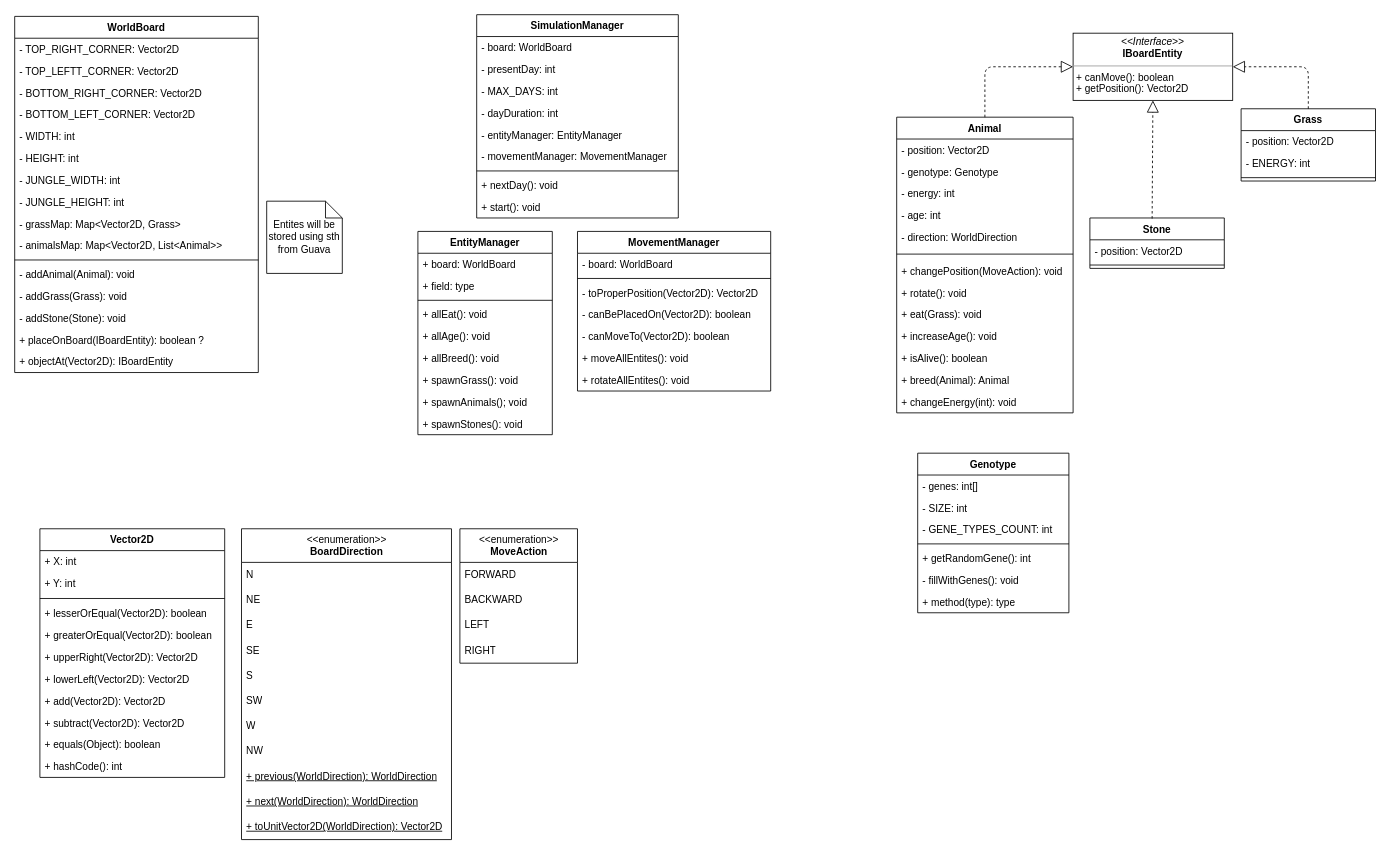
Earlier version of the draw.io diagram Evolutionary Generator Remastered - class scheme.drawio (jakubsolecki/Evolutionary-Generator-Remastered). Source tidied: cells renumbered, new cells numbered last; positions are measured from the earlier drawing's top-left corner, leaving out a move shared by most shapes. Both pictures are drawn from the tidied source at 84%, with x=0, y=0 at pixel (14, 14).
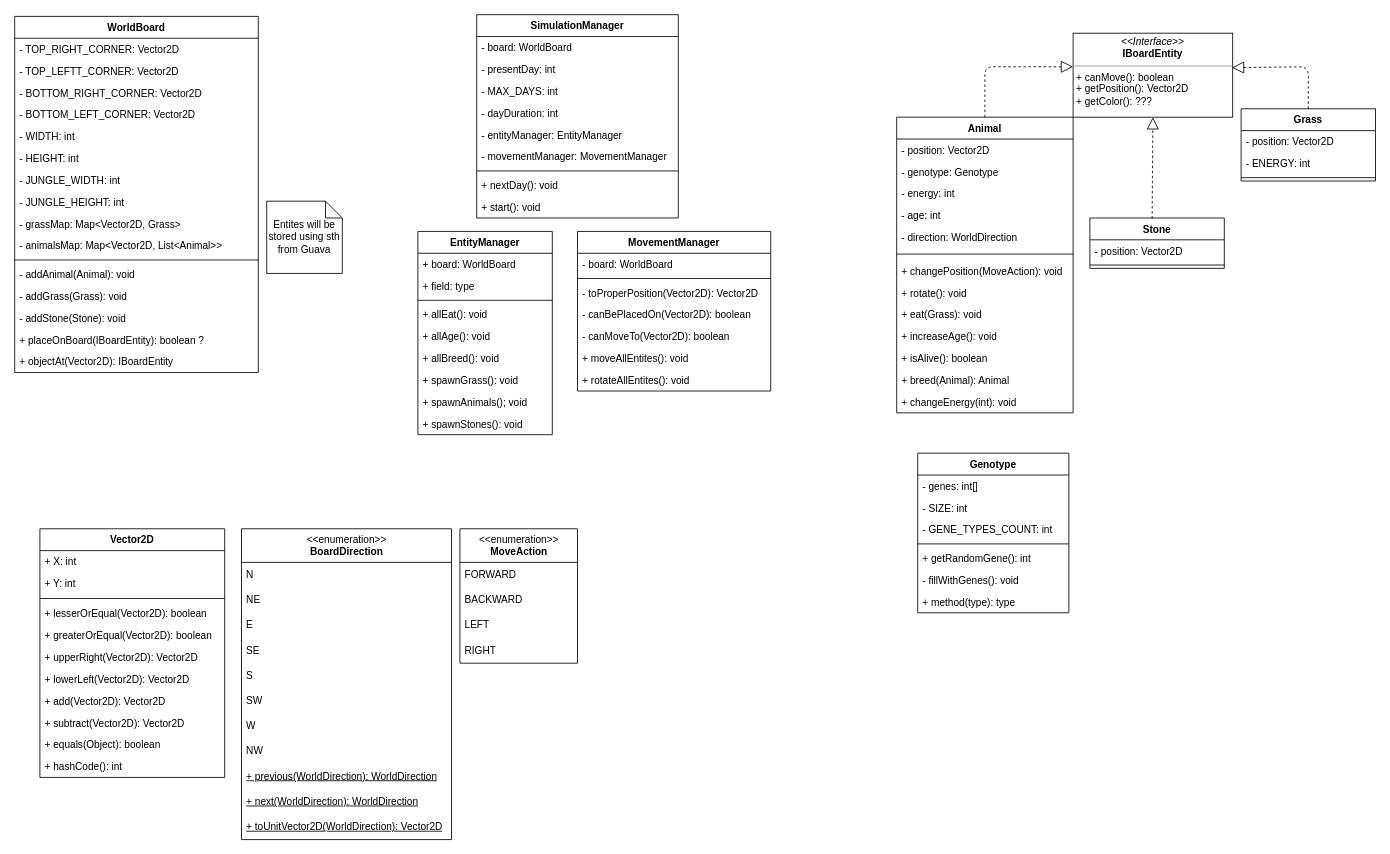
Above is the later version.

The change refers to these unchanged cells:
```xml
<mxCell id="2" value="Animal" style="swimlane;fontStyle=1;align=center;verticalAlign=top;horizontal=1;startSize=26;" parent="1" vertex="1">
  <mxGeometry x="1050" y="122" width="210" height="352" as="geometry" />
</mxCell>
<mxCell id="46" value="Grass" style="swimlane;fontStyle=1;align=center;verticalAlign=top;horizontal=1;startSize=26;" parent="1" vertex="1">
  <mxGeometry x="1460" y="112" width="160" height="86" as="geometry" />
</mxCell>
```

What changed in the source:
```diff
@@
-    <mxCell id="67" value="&lt;p style=&quot;margin: 0px ; margin-top: 4px ; text-align: center&quot;&gt;&lt;i&gt;&amp;lt;&amp;lt;Interface&amp;gt;&amp;gt;&lt;/i&gt;&lt;br&gt;&lt;b&gt;IBoardEntity&lt;/b&gt;&lt;/p&gt;&lt;hr size=&quot;1&quot;&gt;&lt;p style=&quot;margin: 0px ; margin-left: 4px&quot;&gt;+ canMove(): boolean&lt;br&gt;+ getPosition(): Vector2D&lt;/p&gt;&lt;p style=&quot;margin: 0px ; margin-left: 4px&quot;&gt;&lt;br&gt;&lt;/p&gt;" style="verticalAlign=top;align=left;overflow=fill;fontSize=12;fontFamily=Helvetica;html=1;" parent="1" vertex="1">
-      <mxGeometry x="1260" y="22" width="190" height="80" as="geometry" />
+    <mxCell id="67" value="&lt;p style=&quot;margin: 0px ; margin-top: 4px ; text-align: center&quot;&gt;&lt;i&gt;&amp;lt;&amp;lt;Interface&amp;gt;&amp;gt;&lt;/i&gt;&lt;br&gt;&lt;b&gt;IBoardEntity&lt;/b&gt;&lt;/p&gt;&lt;hr size=&quot;1&quot;&gt;&lt;p style=&quot;margin: 0px ; margin-left: 4px&quot;&gt;+ canMove(): boolean&lt;br&gt;+ getPosition(): Vector2D&lt;/p&gt;&lt;p style=&quot;margin: 0px ; margin-left: 4px&quot;&gt;+ getColor(): ???&lt;/p&gt;&lt;p style=&quot;margin: 0px ; margin-left: 4px&quot;&gt;&lt;br&gt;&lt;/p&gt;&lt;p style=&quot;margin: 0px ; margin-left: 4px&quot;&gt;&lt;br&gt;&lt;/p&gt;" style="verticalAlign=top;align=left;overflow=fill;fontSize=12;fontFamily=Helvetica;html=1;" parent="1" vertex="1">
+      <mxGeometry x="1260" y="22" width="190" height="100" as="geometry" />
     </mxCell>
@@
-    <mxCell id="106" style="endArrow=block;dashed=1;endFill=0;endSize=12;html=1;exitX=0.5;exitY=0;exitDx=0;exitDy=0;entryX=0;entryY=0.5;entryDx=0;entryDy=0;" parent="1" edge="1" source="2" target="67">
+    <mxCell id="106" style="endArrow=block;dashed=1;endFill=0;endSize=12;html=1;exitX=0.5;exitY=0;exitDx=0;exitDy=0;" parent="1" edge="1" source="2">
       <mxGeometry relative="1" as="geometry">
+        <mxPoint x="1260" y="62" as="targetPoint" />
         <Array as="points">
           <mxPoint x="1155" y="62" />
         </Array>
       </mxGeometry>
     </mxCell>
-    <mxCell id="107" style="endArrow=block;dashed=1;endFill=0;endSize=12;html=1;exitX=0.5;exitY=0;exitDx=0;exitDy=0;entryX=1;entryY=0.5;entryDx=0;entryDy=0;" parent="1" edge="1" source="46" target="67">
+    <mxCell id="107" style="endArrow=block;dashed=1;endFill=0;endSize=12;html=1;exitX=0.5;exitY=0;exitDx=0;exitDy=0;entryX=0.995;entryY=0.41;entryDx=0;entryDy=0;entryPerimeter=0;" parent="1" edge="1" source="46" target="67">
       <mxGeometry relative="1" as="geometry">
         <Array as="points">
           <mxPoint x="1540" y="62" />
         </Array>
       </mxGeometry>
     </mxCell>
```
